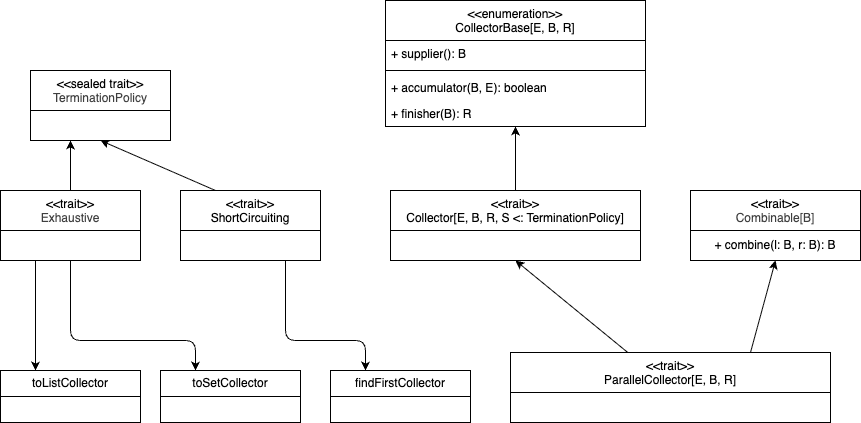
This is relazione/drawio/collector.png from leorm2002/stream-fusion, a draw.io export, as it was before one commit. Source tidied: cells renumbered, new cells last; positions are measured from the earlier drawing's top-left corner, leaving out a move shared by most shapes. Its diagram source:
```xml
<mxGraphModel>
  <root>
    <mxCell id="0" />
    <mxCell id="1" parent="0" />
    <mxCell id="2" value="&amp;lt;&amp;lt;sealed trait&amp;gt;&amp;gt;&lt;br&gt;&lt;span style=&quot;color: rgb(63, 63, 63);&quot;&gt;TerminationPolicy&lt;/span&gt;" style="swimlane;fontStyle=0;align=center;verticalAlign=top;horizontal=1;startSize=40;html=1;whiteSpace=wrap;" parent="1" vertex="1">
      <mxGeometry x="30" y="70" width="140" height="70" as="geometry" />
    </mxCell>
    <mxCell id="3" style="edgeStyle=none;html=1;" parent="1" edge="1" source="6">
      <mxGeometry relative="1" as="geometry">
        <mxPoint x="70" y="140" as="targetPoint" />
      </mxGeometry>
    </mxCell>
    <mxCell id="4" style="edgeStyle=none;html=1;exitX=0.25;exitY=1;exitDx=0;exitDy=0;entryX=0.25;entryY=0;entryDx=0;entryDy=0;" parent="1" edge="1" source="6" target="10">
      <mxGeometry relative="1" as="geometry" />
    </mxCell>
    <mxCell id="5" style="edgeStyle=none;html=1;exitX=0.5;exitY=1;exitDx=0;exitDy=0;entryX=0.25;entryY=0;entryDx=0;entryDy=0;" parent="1" edge="1" source="6" target="11">
      <mxGeometry relative="1" as="geometry">
        <Array as="points">
          <mxPoint x="70" y="340" />
          <mxPoint x="195" y="340" />
        </Array>
      </mxGeometry>
    </mxCell>
    <mxCell id="6" value="&amp;lt;&amp;lt;trait&amp;gt;&amp;gt;&lt;br&gt;&lt;span style=&quot;color: rgb(63, 63, 63);&quot;&gt;Exhaustive&lt;/span&gt;" style="swimlane;fontStyle=0;align=center;verticalAlign=top;horizontal=1;startSize=40;html=1;whiteSpace=wrap;" parent="1" vertex="1">
      <mxGeometry y="190" width="140" height="70" as="geometry" />
    </mxCell>
    <mxCell id="7" style="edgeStyle=none;html=1;exitX=0.25;exitY=0;exitDx=0;exitDy=0;" parent="1" edge="1" source="9">
      <mxGeometry relative="1" as="geometry">
        <mxPoint x="100" y="140" as="targetPoint" />
      </mxGeometry>
    </mxCell>
    <mxCell id="8" style="edgeStyle=none;html=1;exitX=0.75;exitY=1;exitDx=0;exitDy=0;entryX=0.25;entryY=0;entryDx=0;entryDy=0;" parent="1" edge="1" source="9" target="12">
      <mxGeometry relative="1" as="geometry">
        <Array as="points">
          <mxPoint x="285" y="340" />
          <mxPoint x="365" y="340" />
        </Array>
      </mxGeometry>
    </mxCell>
    <mxCell id="9" value="&amp;lt;&amp;lt;trait&amp;gt;&amp;gt;&lt;br&gt;&lt;span style=&quot;color: rgb(0, 0, 0);&quot;&gt;ShortCircuiting&lt;/span&gt;" style="swimlane;fontStyle=0;align=center;verticalAlign=top;horizontal=1;startSize=40;html=1;whiteSpace=wrap;" parent="1" vertex="1">
      <mxGeometry x="180" y="190" width="140" height="70" as="geometry" />
    </mxCell>
    <mxCell id="10" value="toListCollector" style="swimlane;fontStyle=0;horizontal=1;startSize=26;fillColor=none;whiteSpace=wrap;html=1;" parent="1" vertex="1">
      <mxGeometry y="370" width="140" height="52" as="geometry" />
    </mxCell>
    <mxCell id="11" value="toSetCollector" style="swimlane;fontStyle=0;horizontal=1;startSize=26;fillColor=none;whiteSpace=wrap;html=1;" parent="1" vertex="1">
      <mxGeometry x="160" y="370" width="140" height="52" as="geometry" />
    </mxCell>
    <mxCell id="12" value="findFirstCollector" style="swimlane;fontStyle=0;horizontal=1;startSize=26;fillColor=none;whiteSpace=wrap;html=1;" parent="1" vertex="1">
      <mxGeometry x="330" y="370" width="140" height="52" as="geometry" />
    </mxCell>
    <mxCell id="13" style="edgeStyle=none;html=1;exitX=0.5;exitY=0;exitDx=0;exitDy=0;" parent="1" edge="1" source="14" target="19">
      <mxGeometry relative="1" as="geometry" />
    </mxCell>
    <mxCell id="14" value="&amp;lt;&amp;lt;trait&amp;gt;&amp;gt;&lt;br&gt;&lt;span style=&quot;color: rgb(0, 0, 0);&quot;&gt;Collector[E, B, R, S &amp;lt;: TerminationPolicy]&lt;/span&gt;" style="swimlane;fontStyle=0;align=center;verticalAlign=top;horizontal=1;startSize=40;html=1;whiteSpace=wrap;" parent="1" vertex="1">
      <mxGeometry x="390" y="190" width="250" height="70" as="geometry" />
    </mxCell>
    <mxCell id="15" value="&lt;span style=&quot;color: rgb(0, 0, 0); font-weight: 400;&quot;&gt;&amp;lt;&amp;lt;enumeration&amp;gt;&amp;gt;&lt;/span&gt;&lt;br style=&quot;color: rgb(63, 63, 63); scrollbar-color: rgb(226, 226, 226) rgb(251, 251, 251); font-weight: 400;&quot;&gt;&lt;span style=&quot;color: rgb(0, 0, 0); font-weight: 400;&quot;&gt;CollectorBase[E, B, R]&lt;/span&gt;" style="swimlane;fontStyle=1;align=center;verticalAlign=top;horizontal=1;startSize=40;whiteSpace=wrap;html=1;" parent="1" vertex="1">
      <mxGeometry x="385" width="260" height="126" as="geometry" />
    </mxCell>
    <mxCell id="16" value="+ supplier(): B" style="text;strokeColor=none;fillColor=none;align=left;verticalAlign=top;spacingLeft=4;spacingRight=4;overflow=hidden;whiteSpace=wrap;html=1;" parent="15" vertex="1">
      <mxGeometry y="40" width="260" height="26" as="geometry" />
    </mxCell>
    <mxCell id="17" style="line;strokeWidth=1;fillColor=none;align=left;verticalAlign=middle;spacingTop=-1;spacingLeft=3;spacingRight=3;labelPosition=right;strokeColor=inherit;" parent="15" vertex="1">
      <mxGeometry y="66" width="260" height="8" as="geometry" />
    </mxCell>
    <mxCell id="18" value="&lt;span style=&quot;color: rgb(0, 0, 0);&quot;&gt;+ accumulator(B, E): boolean&lt;/span&gt;" style="text;strokeColor=none;fillColor=none;align=left;verticalAlign=top;spacingLeft=4;spacingRight=4;overflow=hidden;whiteSpace=wrap;html=1;" parent="15" vertex="1">
      <mxGeometry y="74" width="260" height="26" as="geometry" />
    </mxCell>
    <mxCell id="19" value="+ finisher(B): R" style="text;strokeColor=none;fillColor=none;align=left;verticalAlign=top;spacingLeft=4;spacingRight=4;overflow=hidden;points=[[0,0.5],[1,0.5]];portConstraint=eastwest;whiteSpace=wrap;html=1;" parent="15" vertex="1">
      <mxGeometry y="100" width="260" height="26" as="geometry" />
    </mxCell>
    <mxCell id="20" value="&amp;lt;&amp;lt;trait&amp;gt;&amp;gt;&lt;br&gt;&lt;span style=&quot;color: rgb(63, 63, 63); text-wrap-mode: nowrap;&quot;&gt;Combinable[B]&lt;/span&gt;" style="swimlane;fontStyle=0;align=center;verticalAlign=top;horizontal=1;startSize=40;html=1;whiteSpace=wrap;" parent="1" vertex="1">
      <mxGeometry x="690" y="190" width="170" height="70" as="geometry" />
    </mxCell>
    <mxCell id="21" value="+ combine(l: B, r: B): B" style="whiteSpace=wrap;html=1;" parent="20" vertex="1">
      <mxGeometry y="40" width="170" height="30" as="geometry" />
    </mxCell>
    <mxCell id="22" style="edgeStyle=none;html=1;entryX=0.5;entryY=1;entryDx=0;entryDy=0;" parent="1" edge="1" source="24" target="14">
      <mxGeometry relative="1" as="geometry" />
    </mxCell>
    <mxCell id="23" style="edgeStyle=none;html=1;exitX=0.75;exitY=0;exitDx=0;exitDy=0;entryX=0.5;entryY=1;entryDx=0;entryDy=0;" parent="1" edge="1" source="24" target="21">
      <mxGeometry relative="1" as="geometry" />
    </mxCell>
    <mxCell id="24" value="&amp;lt;&amp;lt;trait&amp;gt;&amp;gt;&lt;br&gt;&lt;span style=&quot;color: rgb(0, 0, 0);&quot;&gt;ParallelCollector[E, B, R]&lt;/span&gt;" style="swimlane;fontStyle=0;align=center;verticalAlign=top;horizontal=1;startSize=40;html=1;whiteSpace=wrap;" parent="1" vertex="1">
      <mxGeometry x="510" y="352" width="320" height="70" as="geometry" />
    </mxCell>
  </root>
</mxGraphModel>
```
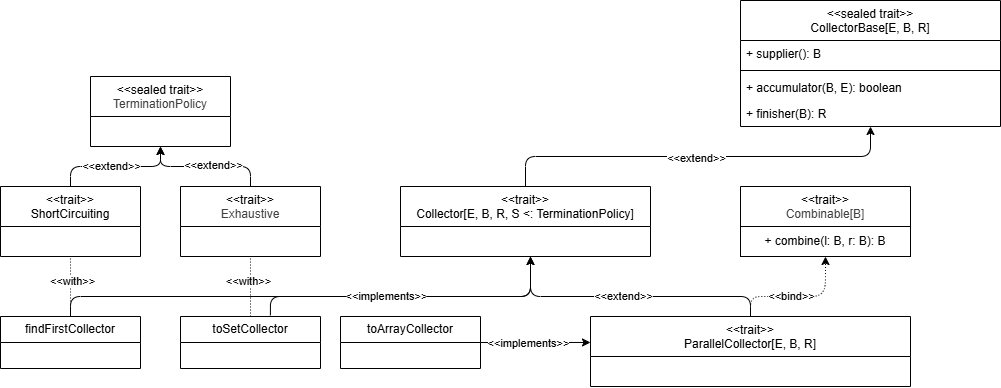
The same file after the commit.

What changed in the source:
```diff
@@ -3,60 +3,102 @@
     <mxCell id="0" />
     <mxCell id="1" parent="0" />
     <mxCell id="2" value="&amp;lt;&amp;lt;sealed trait&amp;gt;&amp;gt;&lt;br&gt;&lt;span style=&quot;color: rgb(63, 63, 63);&quot;&gt;TerminationPolicy&lt;/span&gt;" style="swimlane;fontStyle=0;align=center;verticalAlign=top;horizontal=1;startSize=40;html=1;whiteSpace=wrap;" parent="1" vertex="1">
-      <mxGeometry x="30" y="70" width="140" height="70" as="geometry" />
+      <mxGeometry x="30" y="90" width="140" height="70" as="geometry" />
     </mxCell>
-    <mxCell id="3" style="edgeStyle=none;html=1;" parent="1" edge="1" source="6">
-      <mxGeometry relative="1" as="geometry">
-        <mxPoint x="70" y="140" as="targetPoint" />
-      </mxGeometry>
-    </mxCell>
-    <mxCell id="4" style="edgeStyle=none;html=1;exitX=0.25;exitY=1;exitDx=0;exitDy=0;entryX=0.25;entryY=0;entryDx=0;entryDy=0;" parent="1" edge="1" source="6" target="10">
-      <mxGeometry relative="1" as="geometry" />
-    </mxCell>
-    <mxCell id="5" style="edgeStyle=none;html=1;exitX=0.5;exitY=1;exitDx=0;exitDy=0;entryX=0.25;entryY=0;entryDx=0;entryDy=0;" parent="1" edge="1" source="6" target="11">
-      <mxGeometry relative="1" as="geometry">
-        <Array as="points">
-          <mxPoint x="70" y="340" />
-          <mxPoint x="195" y="340" />
-        </Array>
-      </mxGeometry>
-    </mxCell>
+    <mxCell id="25" style="edgeStyle=none;html=1;entryX=0.5;entryY=1;entryDx=0;entryDy=0;" parent="1" edge="1" source="6" target="2">
+      <mxGeometry relative="1" as="geometry">
+        <Array as="points">
+          <mxPoint x="190" y="180" />
+          <mxPoint x="100" y="180" />
+        </Array>
+      </mxGeometry>
+    </mxCell>
+    <mxCell id="26" value="&lt;span style=&quot;color: rgb(0, 0, 0);&quot;&gt;&amp;lt;&amp;lt;extend&amp;gt;&amp;gt;&lt;/span&gt;" style="edgeLabel;html=1;align=center;verticalAlign=middle;" parent="25" vertex="1">
+      <mxGeometry x="-0.12" y="-1" relative="1" as="geometry" />
+    </mxCell>
     <mxCell id="6" value="&amp;lt;&amp;lt;trait&amp;gt;&amp;gt;&lt;br&gt;&lt;span style=&quot;color: rgb(63, 63, 63);&quot;&gt;Exhaustive&lt;/span&gt;" style="swimlane;fontStyle=0;align=center;verticalAlign=top;horizontal=1;startSize=40;html=1;whiteSpace=wrap;" parent="1" vertex="1">
-      <mxGeometry y="190" width="140" height="70" as="geometry" />
+      <mxGeometry x="120" y="200" width="140" height="70" as="geometry" />
     </mxCell>
-    <mxCell id="7" style="edgeStyle=none;html=1;exitX=0.25;exitY=0;exitDx=0;exitDy=0;" parent="1" edge="1" source="9">
-      <mxGeometry relative="1" as="geometry">
-        <mxPoint x="100" y="140" as="targetPoint" />
-      </mxGeometry>
-    </mxCell>
-    <mxCell id="8" style="edgeStyle=none;html=1;exitX=0.75;exitY=1;exitDx=0;exitDy=0;entryX=0.25;entryY=0;entryDx=0;entryDy=0;" parent="1" edge="1" source="9" target="12">
-      <mxGeometry relative="1" as="geometry">
-        <Array as="points">
-          <mxPoint x="285" y="340" />
-          <mxPoint x="365" y="340" />
-        </Array>
-      </mxGeometry>
-    </mxCell>
+    <mxCell id="27" style="edgeStyle=none;html=1;entryX=0.5;entryY=1;entryDx=0;entryDy=0;" parent="1" edge="1" source="9" target="2">
+      <mxGeometry relative="1" as="geometry">
+        <Array as="points">
+          <mxPoint x="10" y="180" />
+          <mxPoint x="100" y="180" />
+        </Array>
+      </mxGeometry>
+    </mxCell>
+    <mxCell id="28" value="&amp;lt;&amp;lt;extend&amp;gt;&amp;gt;" style="edgeLabel;html=1;align=center;verticalAlign=middle;" parent="27" vertex="1">
+      <mxGeometry x="-0.07" relative="1" as="geometry" />
+    </mxCell>
     <mxCell id="9" value="&amp;lt;&amp;lt;trait&amp;gt;&amp;gt;&lt;br&gt;&lt;span style=&quot;color: rgb(0, 0, 0);&quot;&gt;ShortCircuiting&lt;/span&gt;" style="swimlane;fontStyle=0;align=center;verticalAlign=top;horizontal=1;startSize=40;html=1;whiteSpace=wrap;" parent="1" vertex="1">
-      <mxGeometry x="180" y="190" width="140" height="70" as="geometry" />
+      <mxGeometry x="-60" y="200" width="140" height="70" as="geometry" />
     </mxCell>
+    <mxCell id="29" style="edgeStyle=none;html=1;exitX=0.642;exitY=-0.021;exitDx=0;exitDy=0;exitPerimeter=0;" parent="1" edge="1" source="10">
+      <mxGeometry relative="1" as="geometry">
+        <mxPoint x="470" y="270" as="targetPoint" />
+        <Array as="points">
+          <mxPoint x="210" y="310" />
+          <mxPoint x="470" y="310" />
+        </Array>
+      </mxGeometry>
+    </mxCell>
+    <mxCell id="30" style="edgeStyle=none;html=1;endArrow=none;endFill=0;dashed=1;dashPattern=1 2;" parent="1" edge="1" source="10">
+      <mxGeometry relative="1" as="geometry">
+        <mxPoint x="190" y="270" as="targetPoint" />
+      </mxGeometry>
+    </mxCell>
+    <mxCell id="31" value="&amp;lt;&amp;lt;&lt;span style=&quot;color: rgb(0, 0, 0);&quot;&gt;with&lt;/span&gt;&amp;gt;&amp;gt;" style="edgeLabel;html=1;align=center;verticalAlign=middle;" parent="30" vertex="1">
+      <mxGeometry x="0.17" y="2" relative="1" as="geometry" />
+    </mxCell>
-    <mxCell id="10" value="toListCollector" style="swimlane;fontStyle=0;horizontal=1;startSize=26;fillColor=none;whiteSpace=wrap;html=1;" parent="1" vertex="1">
-      <mxGeometry y="370" width="140" height="52" as="geometry" />
+    <mxCell id="10" value="&lt;span style=&quot;color: rgb(0, 0, 0);&quot;&gt;toSetCollector&lt;/span&gt;" style="swimlane;fontStyle=0;horizontal=1;startSize=26;fillColor=none;whiteSpace=wrap;html=1;" parent="1" vertex="1">
+      <mxGeometry x="120" y="330" width="140" height="52" as="geometry" />
     </mxCell>
+    <mxCell id="32" style="edgeStyle=none;html=1;entryX=0;entryY=0.371;entryDx=0;entryDy=0;entryPerimeter=0;" parent="1" edge="1" source="11" target="24">
+      <mxGeometry relative="1" as="geometry" />
+    </mxCell>
+    <mxCell id="33" value="&lt;span style=&quot;color: rgb(0, 0, 0);&quot;&gt;&amp;lt;&amp;lt;implements&amp;gt;&amp;gt;&lt;/span&gt;" style="edgeLabel;html=1;align=center;verticalAlign=middle;" parent="32" vertex="1">
+      <mxGeometry x="-0.13" y="-1" relative="1" as="geometry" />
+    </mxCell>
-    <mxCell id="11" value="toSetCollector" style="swimlane;fontStyle=0;horizontal=1;startSize=26;fillColor=none;whiteSpace=wrap;html=1;" parent="1" vertex="1">
-      <mxGeometry x="160" y="370" width="140" height="52" as="geometry" />
+    <mxCell id="11" value="toArrayCollector" style="swimlane;fontStyle=0;horizontal=1;startSize=26;fillColor=none;whiteSpace=wrap;html=1;" parent="1" vertex="1">
+      <mxGeometry x="280" y="330" width="140" height="52" as="geometry" />
     </mxCell>
+    <mxCell id="34" style="edgeStyle=none;html=1;entryX=0.5;entryY=1;entryDx=0;entryDy=0;endArrow=none;endFill=0;dashed=1;dashPattern=1 2;" parent="1" edge="1" source="12" target="9">
+      <mxGeometry relative="1" as="geometry" />
+    </mxCell>
+    <mxCell id="35" value="&amp;lt;&amp;lt;with&amp;gt;&amp;gt;" style="edgeLabel;html=1;align=center;verticalAlign=middle;" parent="34" vertex="1">
+      <mxGeometry x="0.16" y="-2" relative="1" as="geometry" />
+    </mxCell>
+    <mxCell id="36" style="edgeStyle=none;html=1;endArrow=none;endFill=0;" parent="1" edge="1" source="12">
+      <mxGeometry relative="1" as="geometry">
+        <mxPoint x="470" y="270" as="targetPoint" />
+        <Array as="points">
+          <mxPoint x="10" y="310" />
+          <mxPoint x="470" y="310" />
+        </Array>
+      </mxGeometry>
+    </mxCell>
+    <mxCell id="37" value="&lt;span style=&quot;color: rgb(0, 0, 0);&quot;&gt;&amp;lt;&amp;lt;implements&amp;gt;&amp;gt;&lt;/span&gt;" style="edgeLabel;html=1;align=center;verticalAlign=middle;" parent="36" vertex="1">
+      <mxGeometry x="0.29" relative="1" as="geometry" />
+    </mxCell>
     <mxCell id="12" value="findFirstCollector" style="swimlane;fontStyle=0;horizontal=1;startSize=26;fillColor=none;whiteSpace=wrap;html=1;" parent="1" vertex="1">
-      <mxGeometry x="330" y="370" width="140" height="52" as="geometry" />
+      <mxGeometry x="-60" y="330" width="140" height="52" as="geometry" />
     </mxCell>
     <mxCell id="13" style="edgeStyle=none;html=1;exitX=0.5;exitY=0;exitDx=0;exitDy=0;" parent="1" edge="1" source="14" target="19">
-      <mxGeometry relative="1" as="geometry" />
+      <mxGeometry relative="1" as="geometry">
+        <Array as="points">
+          <mxPoint x="465" y="170" />
+          <mxPoint x="810" y="170" />
+        </Array>
+      </mxGeometry>
     </mxCell>
+    <mxCell id="38" value="&lt;span style=&quot;color: rgb(0, 0, 0);&quot;&gt;&amp;lt;&amp;lt;extend&amp;gt;&amp;gt;&lt;/span&gt;" style="edgeLabel;html=1;align=center;verticalAlign=middle;" parent="13" vertex="1">
+      <mxGeometry x="-0.01" y="-2" relative="1" as="geometry" />
+    </mxCell>
     <mxCell id="14" value="&amp;lt;&amp;lt;trait&amp;gt;&amp;gt;&lt;br&gt;&lt;span style=&quot;color: rgb(0, 0, 0);&quot;&gt;Collector[E, B, R, S &amp;lt;: TerminationPolicy]&lt;/span&gt;" style="swimlane;fontStyle=0;align=center;verticalAlign=top;horizontal=1;startSize=40;html=1;whiteSpace=wrap;" parent="1" vertex="1">
-      <mxGeometry x="390" y="190" width="250" height="70" as="geometry" />
+      <mxGeometry x="340" y="200" width="250" height="70" as="geometry" />
     </mxCell>
-    <mxCell id="15" value="&lt;span style=&quot;color: rgb(0, 0, 0); font-weight: 400;&quot;&gt;&amp;lt;&amp;lt;enumeration&amp;gt;&amp;gt;&lt;/span&gt;&lt;br style=&quot;color: rgb(63, 63, 63); scrollbar-color: rgb(226, 226, 226) rgb(251, 251, 251); font-weight: 400;&quot;&gt;&lt;span style=&quot;color: rgb(0, 0, 0); font-weight: 400;&quot;&gt;CollectorBase[E, B, R]&lt;/span&gt;" style="swimlane;fontStyle=1;align=center;verticalAlign=top;horizontal=1;startSize=40;whiteSpace=wrap;html=1;" parent="1" vertex="1">
-      <mxGeometry x="385" width="260" height="126" as="geometry" />
+    <mxCell id="15" value="&lt;span style=&quot;color: rgb(0, 0, 0); font-weight: 400;&quot;&gt;&amp;lt;&amp;lt;sealed trait&amp;gt;&amp;gt;&lt;/span&gt;&lt;br style=&quot;color: rgb(63, 63, 63); scrollbar-color: rgb(226, 226, 226) rgb(251, 251, 251); font-weight: 400;&quot;&gt;&lt;span style=&quot;color: rgb(0, 0, 0); font-weight: 400;&quot;&gt;CollectorBase[E, B, R]&lt;/span&gt;" style="swimlane;fontStyle=1;align=center;verticalAlign=top;horizontal=1;startSize=40;whiteSpace=wrap;html=1;" parent="1" vertex="1">
+      <mxGeometry x="680" y="14" width="260" height="126" as="geometry" />
     </mxCell>
     <mxCell id="16" value="+ supplier(): B" style="text;strokeColor=none;fillColor=none;align=left;verticalAlign=top;spacingLeft=4;spacingRight=4;overflow=hidden;whiteSpace=wrap;html=1;" parent="15" vertex="1">
       <mxGeometry y="40" width="260" height="26" as="geometry" />
@@ -71,19 +113,43 @@
       <mxGeometry y="100" width="260" height="26" as="geometry" />
     </mxCell>
     <mxCell id="20" value="&amp;lt;&amp;lt;trait&amp;gt;&amp;gt;&lt;br&gt;&lt;span style=&quot;color: rgb(63, 63, 63); text-wrap-mode: nowrap;&quot;&gt;Combinable[B]&lt;/span&gt;" style="swimlane;fontStyle=0;align=center;verticalAlign=top;horizontal=1;startSize=40;html=1;whiteSpace=wrap;" parent="1" vertex="1">
-      <mxGeometry x="690" y="190" width="170" height="70" as="geometry" />
+      <mxGeometry x="680" y="200" width="170" height="70" as="geometry" />
     </mxCell>
+    <mxCell id="39" style="edgeStyle=none;html=1;" parent="20" edge="1" source="21" target="20">
+      <mxGeometry relative="1" as="geometry" />
+    </mxCell>
+    <mxCell id="40" style="edgeStyle=none;html=1;" parent="20" edge="1" source="21" target="20">
+      <mxGeometry relative="1" as="geometry" />
+    </mxCell>
     <mxCell id="21" value="+ combine(l: B, r: B): B" style="whiteSpace=wrap;html=1;" parent="20" vertex="1">
       <mxGeometry y="40" width="170" height="30" as="geometry" />
     </mxCell>
-    <mxCell id="22" style="edgeStyle=none;html=1;entryX=0.5;entryY=1;entryDx=0;entryDy=0;" parent="1" edge="1" source="24" target="14">
-      <mxGeometry relative="1" as="geometry" />
-    </mxCell>
-    <mxCell id="23" style="edgeStyle=none;html=1;exitX=0.75;exitY=0;exitDx=0;exitDy=0;entryX=0.5;entryY=1;entryDx=0;entryDy=0;" parent="1" edge="1" source="24" target="21">
-      <mxGeometry relative="1" as="geometry" />
+    <mxCell id="23" style="edgeStyle=none;html=1;exitX=0.5;exitY=0;exitDx=0;exitDy=0;entryX=0.5;entryY=1;entryDx=0;entryDy=0;startArrow=none;startFill=0;dashed=1;dashPattern=1 2;" parent="1" edge="1" source="24" target="21">
+      <mxGeometry relative="1" as="geometry">
+        <Array as="points">
+          <mxPoint x="690" y="310" />
+          <mxPoint x="760" y="310" />
+          <mxPoint x="765" y="300" />
+        </Array>
+      </mxGeometry>
     </mxCell>
+    <mxCell id="41" value="&lt;span style=&quot;color: rgb(0, 0, 0);&quot;&gt;&amp;lt;&amp;lt;bind&amp;gt;&amp;gt;&lt;/span&gt;" style="edgeLabel;html=1;align=center;verticalAlign=middle;" parent="23" vertex="1">
+      <mxGeometry x="-0.07" relative="1" as="geometry" />
+    </mxCell>
+    <mxCell id="42" style="edgeStyle=none;html=1;" parent="1" edge="1" source="24">
+      <mxGeometry relative="1" as="geometry">
+        <mxPoint x="470" y="270" as="targetPoint" />
+        <Array as="points">
+          <mxPoint x="690" y="310" />
+          <mxPoint x="470" y="310" />
+        </Array>
+      </mxGeometry>
+    </mxCell>
+    <mxCell id="43" value="&lt;span style=&quot;color: rgb(0, 0, 0);&quot;&gt;&amp;lt;&amp;lt;extend&amp;gt;&amp;gt;&lt;/span&gt;" style="edgeLabel;html=1;align=center;verticalAlign=middle;" parent="42" vertex="1">
+      <mxGeometry x="0.06" relative="1" as="geometry" />
+    </mxCell>
     <mxCell id="24" value="&amp;lt;&amp;lt;trait&amp;gt;&amp;gt;&lt;br&gt;&lt;span style=&quot;color: rgb(0, 0, 0);&quot;&gt;ParallelCollector[E, B, R]&lt;/span&gt;" style="swimlane;fontStyle=0;align=center;verticalAlign=top;horizontal=1;startSize=40;html=1;whiteSpace=wrap;" parent="1" vertex="1">
-      <mxGeometry x="510" y="352" width="320" height="70" as="geometry" />
+      <mxGeometry x="530" y="330" width="320" height="70" as="geometry" />
     </mxCell>
   </root>
 </mxGraphModel>
```
